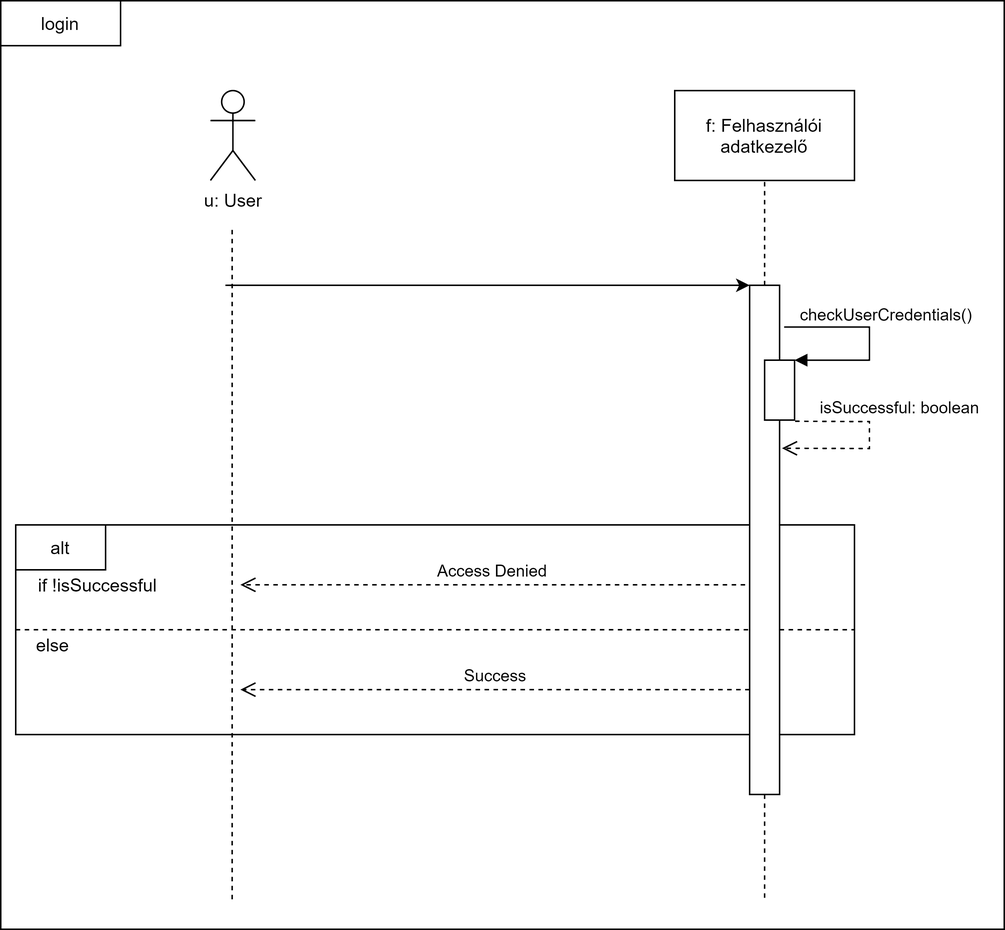
gurubib/pangolin-webshop keeps this draw.io diagram as img/seq/login.png. Above is the earlier version. Source tidied: cells renumbered, new cells last; positions are measured from the earlier drawing's top-left corner, leaving out a move shared by most shapes.
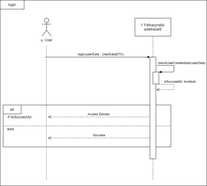
The same file after the commit.

Commit message:
Fix login seq diagram

Change to the diagram source:
```diff
@@ -2,9 +2,9 @@
   <root>
     <mxCell id="0" />
     <mxCell id="1" parent="0" />
-    <mxCell id="2" style="rounded=0;whiteSpace=wrap;html=1;" parent="1" vertex="1">
-      <mxGeometry width="670" height="620" as="geometry" />
-    </mxCell>
+    <mxCell id="21" style="rounded=0;whiteSpace=wrap;html=1;" parent="1" vertex="1">
+      <mxGeometry width="690" height="620" as="geometry" />
+    </mxCell>
     <mxCell id="3" style="rounded=0;whiteSpace=wrap;html=1;" parent="1" vertex="1">
       <mxGeometry x="10" y="350" width="560" height="140" as="geometry" />
     </mxCell>
@@ -17,30 +17,36 @@
     <mxCell id="6" value="u: User" style="shape=umlActor;verticalLabelPosition=bottom;verticalAlign=top;html=1;" parent="1" vertex="1">
       <mxGeometry x="140" y="60" width="30" height="60" as="geometry" />
     </mxCell>
-    <mxCell id="7" style="endArrow=none;dashed=1;html=1;" parent="1" edge="1">
-      <mxGeometry relative="1" as="geometry">
-        <mxPoint x="154.5" y="600" as="sourcePoint" />
-        <mxPoint x="154.5" y="150" as="targetPoint" />
-      </mxGeometry>
-    </mxCell>
-    <mxCell id="8" style="endArrow=classic;html=1;" parent="1" edge="1">
-      <mxGeometry relative="1" as="geometry">
-        <mxPoint x="150" y="190" as="sourcePoint" />
-        <mxPoint x="500" y="190" as="targetPoint" />
-      </mxGeometry>
-    </mxCell>
+    <mxCell id="22" style="endArrow=none;dashed=1;html=1;" parent="1" edge="1">
+      <mxGeometry relative="1" as="geometry">
+        <mxPoint x="154.5" y="600" as="sourcePoint" />
+        <mxPoint x="154.5" y="150" as="targetPoint" />
+      </mxGeometry>
+    </mxCell>
+    <mxCell id="23" style="endArrow=classic;html=1;" parent="1" edge="1">
+      <mxGeometry relative="1" as="geometry">
+        <mxPoint x="150" y="190" as="sourcePoint" />
+        <mxPoint x="500" y="190" as="targetPoint" />
+      </mxGeometry>
+    </mxCell>
+    <mxCell id="24" value="login(userData : UserDataDTO)" style="edgeLabel;html=1;align=center;verticalAlign=middle;" parent="23" vertex="1">
+      <mxGeometry x="0.22" y="5" relative="1" as="geometry">
+        <mxPoint x="-29" y="-5" as="offset" />
+      </mxGeometry>
+    </mxCell>
     <mxCell id="9" style="rounded=0;whiteSpace=wrap;html=1;" parent="1" vertex="1">
       <mxGeometry x="500" y="190" width="20" height="340" as="geometry" />
     </mxCell>
     <mxCell id="10" style="html=1;points=[];perimeter=orthogonalPerimeter;" parent="1" vertex="1">
       <mxGeometry x="510" y="240" width="20" height="40" as="geometry" />
     </mxCell>
-    <mxCell id="11" value="checkUserCredentials()" style="edgeStyle=orthogonalEdgeStyle;html=1;align=left;spacingLeft=2;endArrow=block;rounded=0;entryX=1;entryY=0;exitX=1.15;exitY=0.082;exitDx=0;exitDy=0;exitPerimeter=0;" parent="1" edge="1" source="9" target="10">
-      <mxGeometry x="-0.89" y="8" relative="1" as="geometry">
+    <mxCell id="11" value="checkUserCredentials(userData)" style="edgeStyle=orthogonalEdgeStyle;html=1;align=left;spacingLeft=2;endArrow=block;rounded=0;entryX=1;entryY=0;exitX=1.15;exitY=0.082;exitDx=0;exitDy=0;exitPerimeter=0;" parent="1" edge="1" source="9" target="10">
+      <mxGeometry x="-0.12" y="-58" relative="1" as="geometry">
         <Array as="points">
           <mxPoint x="580" y="218" />
           <mxPoint x="580" y="240" />
         </Array>
+        <mxPoint x="1" y="-8" as="offset" />
       </mxGeometry>
     </mxCell>
     <mxCell id="12" value="isSuccessful: boolean" style="html=1;verticalAlign=bottom;endArrow=open;dashed=1;endSize=8;exitX=1.02;exitY=1.02;exitDx=0;exitDy=0;exitPerimeter=0;entryX=1.08;entryY=0.32;entryDx=0;entryDy=0;entryPerimeter=0;rounded=0;" parent="1" edge="1" source="10" target="9">
@@ -75,11 +81,11 @@
     <mxCell id="18" style="endArrow=none;dashed=1;html=1;entryX=0.5;entryY=1;entryDx=0;entryDy=0;exitX=0.5;exitY=0;exitDx=0;exitDy=0;" parent="1" edge="1" source="9" target="5">
       <mxGeometry relative="1" as="geometry" />
     </mxCell>
-    <mxCell id="19" style="endArrow=none;dashed=1;html=1;exitX=0.5;exitY=1;exitDx=0;exitDy=0;" parent="1" edge="1" source="9">
-      <mxGeometry relative="1" as="geometry">
-        <mxPoint x="510" y="600" as="targetPoint" />
-      </mxGeometry>
-    </mxCell>
+    <mxCell id="25" style="endArrow=none;dashed=1;html=1;exitX=0.5;exitY=1;exitDx=0;exitDy=0;" parent="1" edge="1" source="9">
+      <mxGeometry relative="1" as="geometry">
+        <mxPoint x="510" y="600" as="targetPoint" />
+      </mxGeometry>
+    </mxCell>
     <mxCell id="20" value="login" style="rounded=0;whiteSpace=wrap;html=1;" parent="1" vertex="1">
       <mxGeometry width="80" height="30" as="geometry" />
     </mxCell>
```
